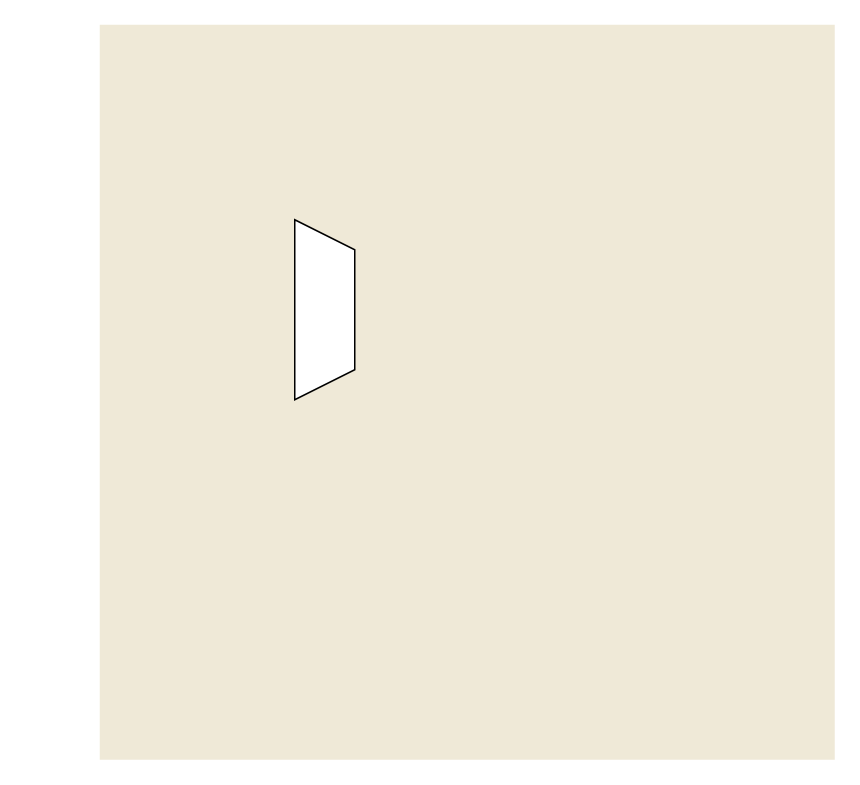
Susanred123/portfolio keeps this draw.io diagram as MD5.drawio. Above is the earlier version. Source tidied: cells renumbered, new cells numbered last; positions are measured from the earlier drawing's top-left corner, leaving out a move shared by most shapes. Both pictures are drawn from the tidied source at 150%, with x=0, y=0 at pixel (99, 24).
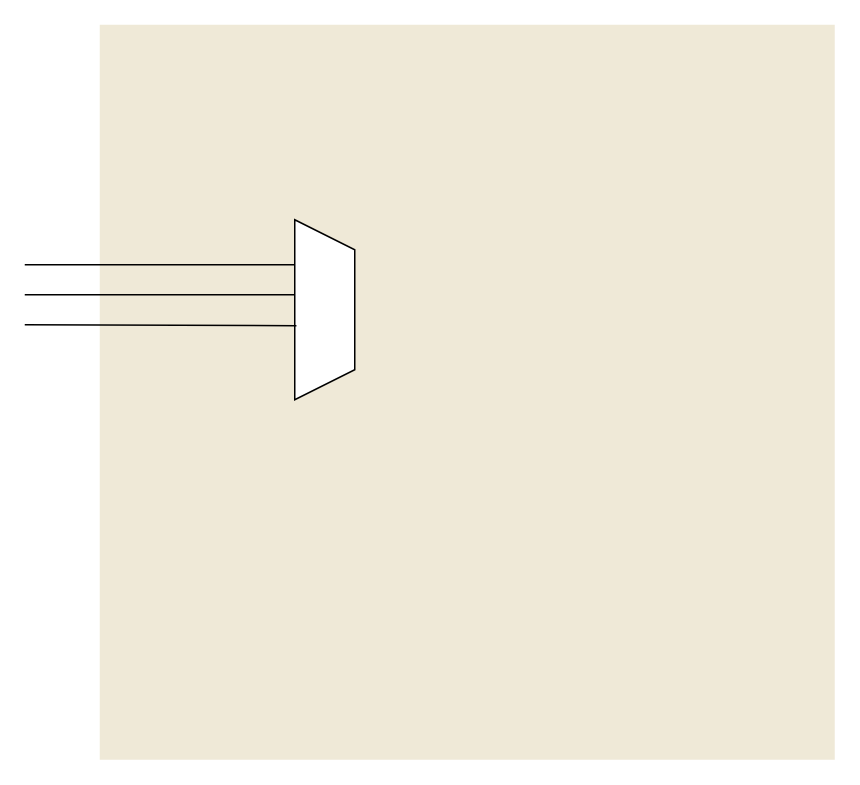
The same diagram, later.

Diff of the diagram source:
```diff
@@
 <mxGraphModel>
   <root>
     <mxCell id="0" />
     <mxCell id="1" parent="0" />
     <mxCell id="2" style="whiteSpace=wrap;html=1;fillColor=light-dark(#efe9d7, #281d00);strokeColor=none;" parent="1" vertex="1">
       <mxGeometry width="490" height="490" as="geometry" />
     </mxCell>
     <mxCell id="3" style="shape=trapezoid;perimeter=trapezoidPerimeter;whiteSpace=wrap;html=1;fixedSize=1;rotation=90;" parent="1" vertex="1">
       <mxGeometry x="90" y="170" width="120" height="40" as="geometry" />
     </mxCell>
+    <mxCell id="4" style="endArrow=none;html=1;rounded=0;entryX=0.25;entryY=1;entryDx=0;entryDy=0;" parent="1" edge="1" target="3">
+      <mxGeometry relative="1" as="geometry">
+        <mxPoint x="-50" y="160" as="sourcePoint" />
+      </mxGeometry>
+    </mxCell>
+    <mxCell id="5" style="endArrow=none;html=1;rounded=0;" parent="1" edge="1">
+      <mxGeometry relative="1" as="geometry">
+        <mxPoint x="-50" y="180" as="sourcePoint" />
+        <mxPoint x="130" y="180" as="targetPoint" />
+      </mxGeometry>
+    </mxCell>
+    <mxCell id="6" style="endArrow=none;html=1;rounded=0;entryX=0.589;entryY=0.972;entryDx=0;entryDy=0;entryPerimeter=0;" parent="1" edge="1" target="3">
+      <mxGeometry relative="1" as="geometry">
+        <mxPoint x="-50" y="200" as="sourcePoint" />
+      </mxGeometry>
+    </mxCell>
   </root>
 </mxGraphModel>
```
